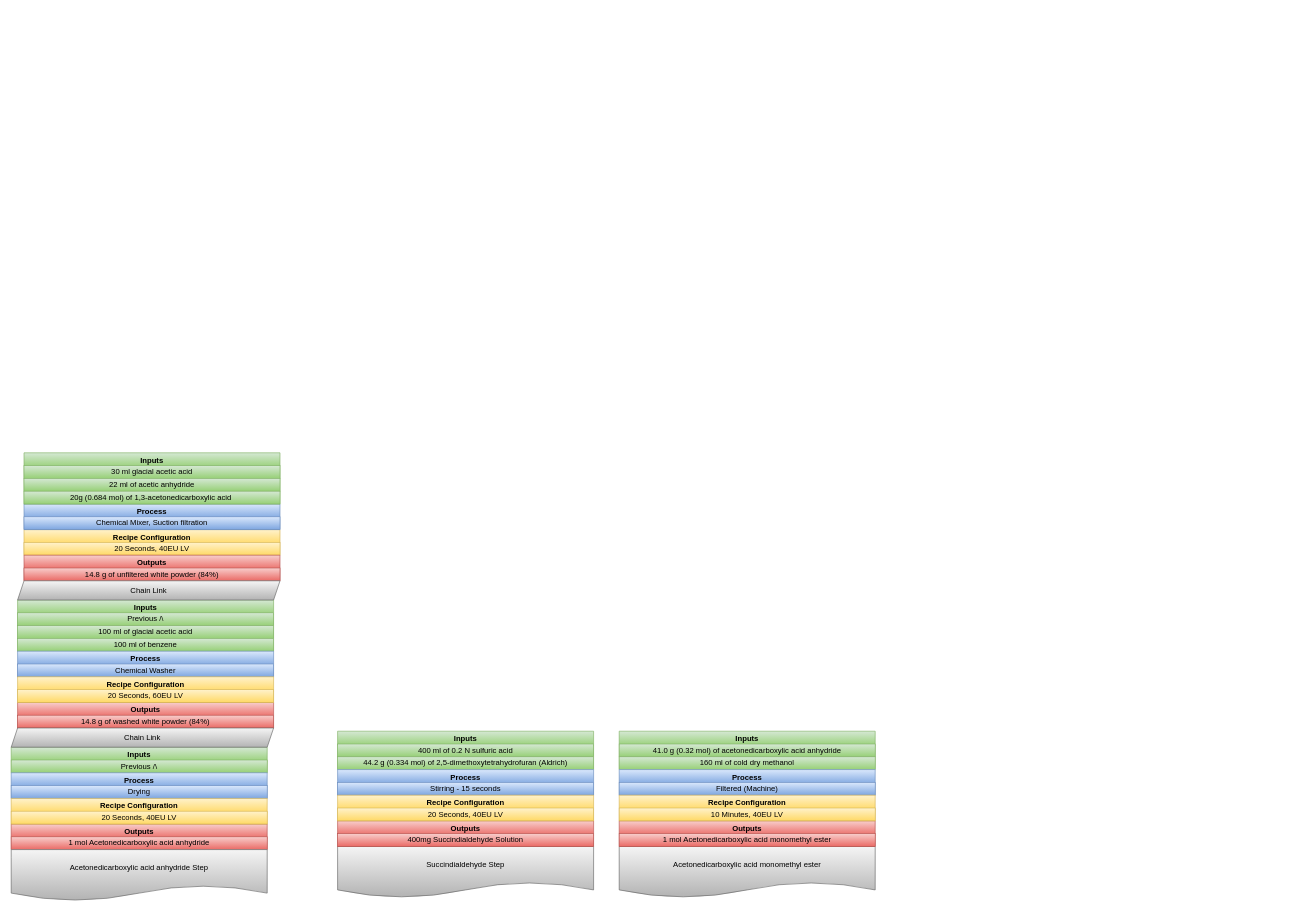
Above: Cocaine.drawio in Nrmot/flowcharts (draw.io), before the change. Source tidied: cells renumbered, new cells numbered last; positions are measured from the earlier drawing's top-left corner, leaving out a move shared by most shapes. Both pictures are drawn from the tidied source at 64%, with x=0, y=0 at pixel (11, 452).
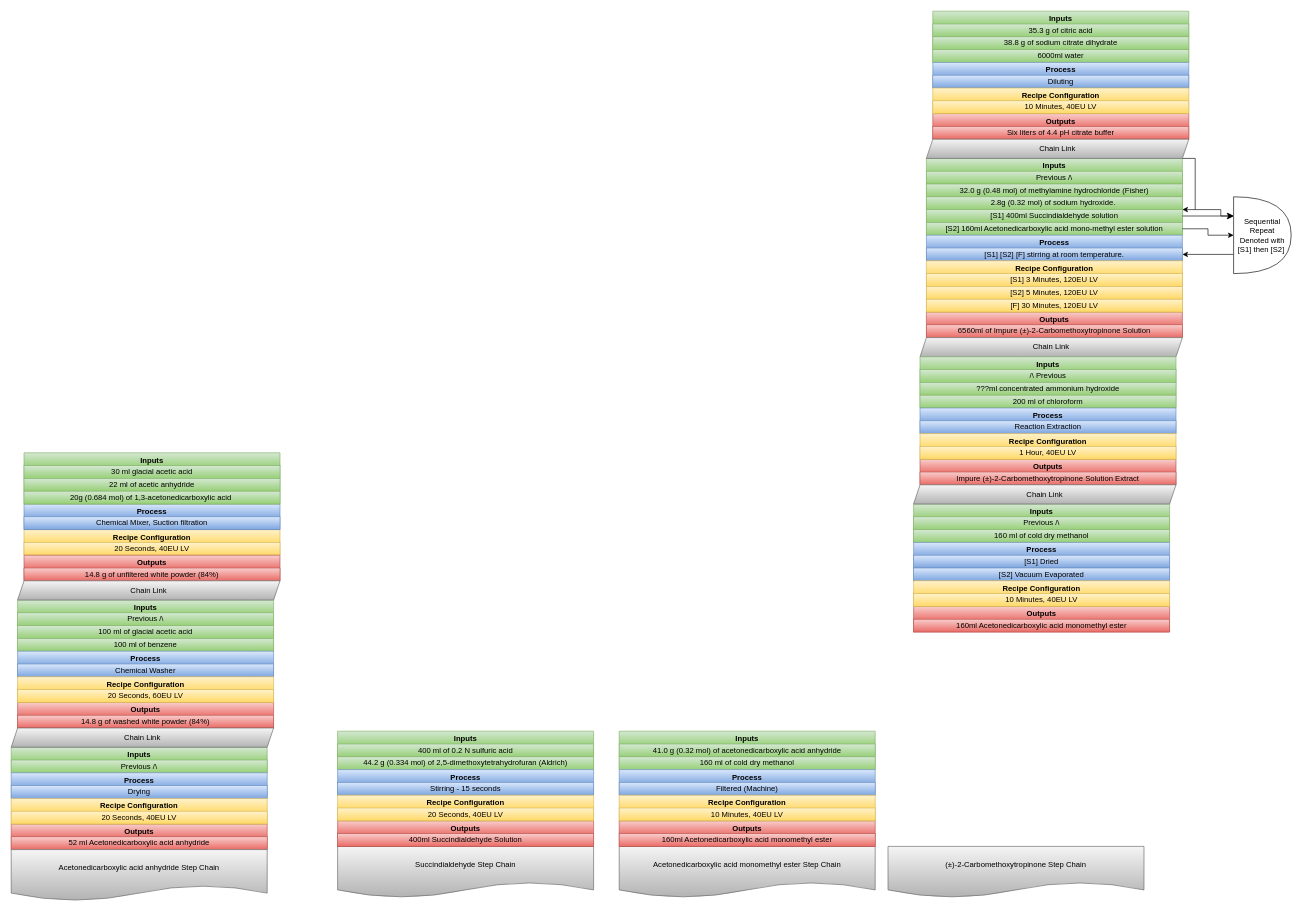
Above is the later version.

The change refers to these unchanged cells:
```xml
<mxCell id="2" value="Outputs" style="swimlane;whiteSpace=wrap;html=1;fillColor=#f8cecc;strokeColor=#b85450;gradientColor=#ea6b66;" parent="1" vertex="1">
  <mxGeometry y="580" width="400" height="40" as="geometry" />
</mxCell>
<mxCell id="22" value="Outputs" style="swimlane;whiteSpace=wrap;html=1;fillColor=#f8cecc;strokeColor=#b85450;gradientColor=#ea6b66;" parent="1" vertex="1">
  <mxGeometry x="510" y="575" width="400" height="40" as="geometry" />
</mxCell>
<mxCell id="52" value="Outputs" style="swimlane;whiteSpace=wrap;html=1;fillColor=#f8cecc;strokeColor=#b85450;gradientColor=#ea6b66;" parent="1" vertex="1">
  <mxGeometry x="950" y="575" width="400" height="40" as="geometry" />
</mxCell>
```

Diff of the diagram source:
```diff
@@
-    <mxCell id="4" value="1 mol Acetonedicarboxylic acid anhydride" style="rounded=0;whiteSpace=wrap;html=1;fillColor=#f8cecc;strokeColor=#b85450;gradientColor=#ea6b66;" parent="2" vertex="1">
+    <mxCell id="4" value="52 ml Acetonedicarboxylic acid anhydride" style="rounded=0;whiteSpace=wrap;html=1;fillColor=#f8cecc;strokeColor=#b85450;gradientColor=#ea6b66;" parent="2" vertex="1">
       <mxGeometry y="20" width="400" height="20" as="geometry" />
     </mxCell>
-    <mxCell id="5" value="Acetonedicarboxylic acid anhydride Step" style="shape=document;whiteSpace=wrap;html=1;boundedLbl=1;fillColor=#f5f5f5;gradientColor=#b3b3b3;strokeColor=#666666;" parent="1" vertex="1">
+    <mxCell id="5" value="Acetonedicarboxylic acid anhydride Step Chain" style="shape=document;whiteSpace=wrap;html=1;boundedLbl=1;fillColor=#f5f5f5;gradientColor=#b3b3b3;strokeColor=#666666;" parent="1" vertex="1">
       <mxGeometry y="620" width="400" height="80" as="geometry" />
     </mxCell>
@@
-    <mxCell id="21" value="Succindialdehyde&amp;nbsp;Step" style="shape=document;whiteSpace=wrap;html=1;boundedLbl=1;fillColor=#f5f5f5;gradientColor=#b3b3b3;strokeColor=#666666;" parent="1" vertex="1">
+    <mxCell id="21" value="Succindialdehyde&amp;nbsp;Step Chain" style="shape=document;whiteSpace=wrap;html=1;boundedLbl=1;fillColor=#f5f5f5;gradientColor=#b3b3b3;strokeColor=#666666;" parent="1" vertex="1">
       <mxGeometry x="510" y="615" width="400" height="80" as="geometry" />
     </mxCell>
@@
-    <mxCell id="24" value="400mg Succindialdehyde Solution" style="rounded=0;whiteSpace=wrap;html=1;fillColor=#f8cecc;strokeColor=#b85450;gradientColor=#ea6b66;" parent="22" vertex="1">
+    <mxCell id="24" value="400ml Succindialdehyde Solution" style="rounded=0;whiteSpace=wrap;html=1;fillColor=#f8cecc;strokeColor=#b85450;gradientColor=#ea6b66;" parent="22" vertex="1">
       <mxGeometry y="20" width="400" height="20" as="geometry" />
     </mxCell>
@@
-    <mxCell id="51" value="Acetonedicarboxylic acid monomethyl ester" style="shape=document;whiteSpace=wrap;html=1;boundedLbl=1;fillColor=#f5f5f5;gradientColor=#b3b3b3;strokeColor=#666666;" parent="1" vertex="1">
+    <mxCell id="51" value="Acetonedicarboxylic acid monomethyl ester Step Chain" style="shape=document;whiteSpace=wrap;html=1;boundedLbl=1;fillColor=#f5f5f5;gradientColor=#b3b3b3;strokeColor=#666666;" parent="1" vertex="1">
       <mxGeometry x="950" y="615" width="400" height="80" as="geometry" />
     </mxCell>
@@
-    <mxCell id="54" value="1 mol Acetonedicarboxylic acid monomethyl ester" style="rounded=0;whiteSpace=wrap;html=1;fillColor=#f8cecc;strokeColor=#b85450;gradientColor=#ea6b66;" parent="52" vertex="1">
+    <mxCell id="54" value="160ml Acetonedicarboxylic acid monomethyl ester" style="rounded=0;whiteSpace=wrap;html=1;fillColor=#f8cecc;strokeColor=#b85450;gradientColor=#ea6b66;" parent="52" vertex="1">
       <mxGeometry y="20" width="400" height="20" as="geometry" />
     </mxCell>
@@
+    <mxCell id="63" value="(±)-2-Carbomethoxytropinone Step Chain" style="shape=document;whiteSpace=wrap;html=1;boundedLbl=1;fillColor=#f5f5f5;gradientColor=#b3b3b3;strokeColor=#666666;" parent="1" vertex="1">
+      <mxGeometry x="1370" y="615" width="400" height="80" as="geometry" />
+    </mxCell>
+    <mxCell id="64" value="Outputs" style="swimlane;whiteSpace=wrap;html=1;fillColor=#f8cecc;strokeColor=#b85450;gradientColor=#ea6b66;" parent="1" vertex="1">
+      <mxGeometry x="1440" y="-530" width="400" height="40" as="geometry" />
+    </mxCell>
+    <mxCell id="65" style="edgeStyle=orthogonalEdgeStyle;rounded=0;orthogonalLoop=1;jettySize=auto;html=1;exitX=0.5;exitY=1;exitDx=0;exitDy=0;fillColor=#f8cecc;strokeColor=#b85450;gradientColor=#ea6b66;" parent="64" edge="1">
+      <mxGeometry relative="1" as="geometry">
+        <mxPoint x="150" y="40" as="sourcePoint" />
+        <mxPoint x="150" y="40" as="targetPoint" />
+      </mxGeometry>
+    </mxCell>
+    <mxCell id="66" value="Six liters of 4.4 pH citrate buffer" style="rounded=0;whiteSpace=wrap;html=1;fillColor=#f8cecc;strokeColor=#b85450;gradientColor=#ea6b66;" parent="64" vertex="1">
+      <mxGeometry y="20" width="400" height="20" as="geometry" />
+    </mxCell>
+    <mxCell id="67" value="Inputs" style="swimlane;whiteSpace=wrap;html=1;fillColor=#d5e8d4;strokeColor=#82b366;gradientColor=#97d077;" parent="1" vertex="1">
+      <mxGeometry x="1440" y="-690" width="400" height="80" as="geometry" />
+    </mxCell>
+    <mxCell id="68" value="35.3 g of citric acid" style="rounded=0;whiteSpace=wrap;html=1;fillColor=#d5e8d4;strokeColor=#82b366;gradientColor=#97d077;" parent="67" vertex="1">
+      <mxGeometry y="20" width="400" height="20" as="geometry" />
+    </mxCell>
+    <mxCell id="69" style="edgeStyle=orthogonalEdgeStyle;rounded=0;orthogonalLoop=1;jettySize=auto;html=1;exitX=0.5;exitY=1;exitDx=0;exitDy=0;fillColor=#d5e8d4;strokeColor=#82b366;gradientColor=#97d077;" parent="67" edge="1" source="68" target="68">
+      <mxGeometry relative="1" as="geometry" />
+    </mxCell>
+    <mxCell id="70" value="38.8 g of sodium citrate dihydrate" style="rounded=0;whiteSpace=wrap;html=1;fillColor=#d5e8d4;strokeColor=#82b366;gradientColor=#97d077;" parent="67" vertex="1">
+      <mxGeometry y="40" width="400" height="20" as="geometry" />
+    </mxCell>
+    <mxCell id="71" value="6000ml water" style="rounded=0;whiteSpace=wrap;html=1;fillColor=#d5e8d4;strokeColor=#82b366;gradientColor=#97d077;" parent="67" vertex="1">
+      <mxGeometry y="60" width="400" height="20" as="geometry" />
+    </mxCell>
+    <mxCell id="72" value="Process" style="swimlane;whiteSpace=wrap;html=1;fillColor=#dae8fc;strokeColor=#6c8ebf;gradientColor=#7ea6e0;" parent="1" vertex="1">
+      <mxGeometry x="1440" y="-610" width="400" height="40" as="geometry" />
+    </mxCell>
+    <mxCell id="73" value="Diluting" style="rounded=0;whiteSpace=wrap;html=1;fillColor=#dae8fc;strokeColor=#6c8ebf;gradientColor=#7ea6e0;" parent="72" vertex="1">
+      <mxGeometry y="20" width="400" height="20" as="geometry" />
+    </mxCell>
+    <mxCell id="74" value="Recipe Configuration" style="swimlane;whiteSpace=wrap;html=1;fillColor=#fff2cc;strokeColor=#d6b656;gradientColor=#ffd966;" parent="1" vertex="1">
+      <mxGeometry x="1440" y="-570" width="400" height="40" as="geometry" />
+    </mxCell>
+    <mxCell id="75" value="10 Minutes, 40EU LV" style="rounded=0;whiteSpace=wrap;html=1;fillColor=#fff2cc;strokeColor=#d6b656;gradientColor=#ffd966;" parent="74" vertex="1">
+      <mxGeometry y="20" width="400" height="20" as="geometry" />
+    </mxCell>
+    <mxCell id="76" value="Outputs" style="swimlane;whiteSpace=wrap;html=1;fillColor=#f8cecc;strokeColor=#b85450;gradientColor=#ea6b66;" parent="1" vertex="1">
+      <mxGeometry x="1430" y="-220" width="400" height="40" as="geometry" />
+    </mxCell>
+    <mxCell id="77" style="edgeStyle=orthogonalEdgeStyle;rounded=0;orthogonalLoop=1;jettySize=auto;html=1;exitX=0.5;exitY=1;exitDx=0;exitDy=0;fillColor=#f8cecc;strokeColor=#b85450;gradientColor=#ea6b66;" parent="76" edge="1">
+      <mxGeometry relative="1" as="geometry">
+        <mxPoint x="150" y="40" as="sourcePoint" />
+        <mxPoint x="150" y="40" as="targetPoint" />
+      </mxGeometry>
+    </mxCell>
+    <mxCell id="78" value="6560ml of Impure (±)-2-Carbomethoxytropinone Solution" style="rounded=0;whiteSpace=wrap;html=1;fillColor=#f8cecc;strokeColor=#b85450;gradientColor=#ea6b66;" parent="76" vertex="1">
+      <mxGeometry y="20" width="400" height="20" as="geometry" />
+    </mxCell>
+    <mxCell id="79" value="Inputs" style="swimlane;whiteSpace=wrap;html=1;fillColor=#d5e8d4;strokeColor=#82b366;gradientColor=#97d077;" parent="1" vertex="1">
+      <mxGeometry x="1430" y="-460" width="400" height="120" as="geometry" />
+    </mxCell>
+    <mxCell id="80" value="Previous /\" style="rounded=0;whiteSpace=wrap;html=1;fillColor=#d5e8d4;strokeColor=#82b366;gradientColor=#97d077;" parent="79" vertex="1">
+      <mxGeometry y="20" width="400" height="20" as="geometry" />
+    </mxCell>
+    <mxCell id="81" style="edgeStyle=orthogonalEdgeStyle;rounded=0;orthogonalLoop=1;jettySize=auto;html=1;exitX=0.5;exitY=1;exitDx=0;exitDy=0;fillColor=#d5e8d4;strokeColor=#82b366;gradientColor=#97d077;" parent="79" edge="1" source="80" target="80">
+      <mxGeometry relative="1" as="geometry" />
+    </mxCell>
+    <mxCell id="82" value="32.0 g (0.48 mol) of methylamine hydrochloride (Fisher)" style="rounded=0;whiteSpace=wrap;html=1;fillColor=#d5e8d4;strokeColor=#82b366;gradientColor=#97d077;" parent="79" vertex="1">
+      <mxGeometry y="40" width="400" height="20" as="geometry" />
+    </mxCell>
+    <mxCell id="83" value="2.8g (0.32 mol) of sodium hydroxide.&amp;nbsp;" style="rounded=0;whiteSpace=wrap;html=1;fillColor=#d5e8d4;strokeColor=#82b366;gradientColor=#97d077;" parent="79" vertex="1">
+      <mxGeometry y="60" width="400" height="20" as="geometry" />
+    </mxCell>
+    <mxCell id="84" value="[S1] 400ml Succindialdehyde solution" style="rounded=0;whiteSpace=wrap;html=1;fillColor=#d5e8d4;strokeColor=#82b366;gradientColor=#97d077;" parent="79" vertex="1">
+      <mxGeometry y="80" width="400" height="20" as="geometry" />
+    </mxCell>
+    <mxCell id="85" value="[S2] 160ml Acetonedicarboxylic acid mono-methyl ester solution" style="rounded=0;whiteSpace=wrap;html=1;fillColor=#d5e8d4;strokeColor=#82b366;gradientColor=#97d077;" parent="79" vertex="1">
+      <mxGeometry y="100" width="400" height="20" as="geometry" />
+    </mxCell>
+    <mxCell id="86" style="edgeStyle=orthogonalEdgeStyle;rounded=0;jettySize=auto;html=1;exitX=1;exitY=0;exitDx=0;exitDy=0;entryX=1;entryY=1;entryDx=0;entryDy=0;" parent="79" edge="1" source="79" target="83">
+      <mxGeometry relative="1" as="geometry">
+        <Array as="points">
+          <mxPoint x="420" />
+          <mxPoint x="420" y="80" />
+        </Array>
+      </mxGeometry>
+    </mxCell>
+    <mxCell id="87" value="Process" style="swimlane;whiteSpace=wrap;html=1;fillColor=#dae8fc;strokeColor=#6c8ebf;gradientColor=#7ea6e0;" parent="1" vertex="1">
+      <mxGeometry x="1430" y="-340" width="400" height="40" as="geometry" />
+    </mxCell>
+    <mxCell id="88" value="[S1] [S2] [F] stirring at room temperature." style="rounded=0;whiteSpace=wrap;html=1;fillColor=#dae8fc;strokeColor=#6c8ebf;gradientColor=#7ea6e0;" parent="87" vertex="1">
+      <mxGeometry y="20" width="400" height="20" as="geometry" />
+    </mxCell>
+    <mxCell id="89" value="Recipe Configuration" style="swimlane;whiteSpace=wrap;html=1;fillColor=#fff2cc;strokeColor=#d6b656;gradientColor=#ffd966;" parent="1" vertex="1">
+      <mxGeometry x="1430" y="-300" width="400" height="80" as="geometry" />
+    </mxCell>
+    <mxCell id="90" value="[S1] 3 Minutes, 120EU LV" style="rounded=0;whiteSpace=wrap;html=1;fillColor=#fff2cc;strokeColor=#d6b656;gradientColor=#ffd966;" parent="89" vertex="1">
+      <mxGeometry y="20" width="400" height="20" as="geometry" />
+    </mxCell>
+    <mxCell id="91" value="[S2] 5 Minutes, 120EU LV" style="rounded=0;whiteSpace=wrap;html=1;fillColor=#fff2cc;strokeColor=#d6b656;gradientColor=#ffd966;" parent="89" vertex="1">
+      <mxGeometry y="40" width="400" height="20" as="geometry" />
+    </mxCell>
+    <mxCell id="92" value="[F] 30 Minutes, 120EU LV" style="rounded=0;whiteSpace=wrap;html=1;fillColor=#fff2cc;strokeColor=#d6b656;gradientColor=#ffd966;" parent="89" vertex="1">
+      <mxGeometry y="60" width="400" height="20" as="geometry" />
+    </mxCell>
+    <mxCell id="93" value="Chain Link" style="shape=parallelogram;perimeter=parallelogramPerimeter;whiteSpace=wrap;html=1;fixedSize=1;fillColor=#f5f5f5;gradientColor=#b3b3b3;strokeColor=#666666;size=10;" parent="1" vertex="1">
+      <mxGeometry x="1430" y="-490" width="410" height="30" as="geometry" />
+    </mxCell>
+    <mxCell id="94" style="edgeStyle=orthogonalEdgeStyle;rounded=0;jettySize=auto;html=1;exitX=0;exitY=0.75;exitDx=0;exitDy=0;exitPerimeter=0;entryX=1;entryY=0.75;entryDx=0;entryDy=0;" parent="1" edge="1" source="95" target="87">
+      <mxGeometry relative="1" as="geometry" />
+    </mxCell>
+    <mxCell id="95" value="Sequential Repeat&lt;br&gt;Denoted with&lt;br&gt;[S1] then [S2]&amp;nbsp;" style="shape=or;whiteSpace=wrap;html=1;" parent="1" vertex="1">
+      <mxGeometry x="1910" y="-400" width="90" height="120" as="geometry" />
+    </mxCell>
+    <mxCell id="96" style="edgeStyle=orthogonalEdgeStyle;rounded=0;jettySize=auto;html=1;exitX=1;exitY=0.5;exitDx=0;exitDy=0;entryX=0;entryY=0.25;entryDx=0;entryDy=0;entryPerimeter=0;" parent="1" edge="1" source="84" target="95">
+      <mxGeometry relative="1" as="geometry" />
+    </mxCell>
+    <mxCell id="97" style="edgeStyle=orthogonalEdgeStyle;rounded=0;jettySize=auto;html=1;exitX=1;exitY=0.5;exitDx=0;exitDy=0;entryX=0;entryY=0.5;entryDx=0;entryDy=0;entryPerimeter=0;" parent="1" edge="1" source="85" target="95">
+      <mxGeometry relative="1" as="geometry" />
+    </mxCell>
+    <mxCell id="98" style="edgeStyle=segmentEdgeStyle;endArrow=classic;html=1;curved=0;rounded=0;endSize=8;startSize=8;entryX=0;entryY=0.25;entryDx=0;entryDy=0;entryPerimeter=0;" parent="1" edge="1" target="95">
+      <mxGeometry relative="1" as="geometry">
+        <mxPoint x="1850" y="-380" as="sourcePoint" />
+        <Array as="points">
+          <mxPoint x="1890" y="-380" />
+          <mxPoint x="1890" y="-370" />
+        </Array>
+      </mxGeometry>
+    </mxCell>
+    <mxCell id="99" value="Chain Link" style="shape=parallelogram;perimeter=parallelogramPerimeter;whiteSpace=wrap;html=1;fixedSize=1;fillColor=#f5f5f5;gradientColor=#b3b3b3;strokeColor=#666666;size=10;" parent="1" vertex="1">
+      <mxGeometry x="1420" y="-180" width="410" height="30" as="geometry" />
+    </mxCell>
+    <mxCell id="100" value="Outputs" style="swimlane;whiteSpace=wrap;html=1;fillColor=#f8cecc;strokeColor=#b85450;gradientColor=#ea6b66;" parent="1" vertex="1">
+      <mxGeometry x="1420" y="10" width="400" height="40" as="geometry" />
+    </mxCell>
+    <mxCell id="101" style="edgeStyle=orthogonalEdgeStyle;rounded=0;orthogonalLoop=1;jettySize=auto;html=1;exitX=0.5;exitY=1;exitDx=0;exitDy=0;fillColor=#f8cecc;strokeColor=#b85450;gradientColor=#ea6b66;" parent="100" edge="1">
+      <mxGeometry relative="1" as="geometry">
+        <mxPoint x="150" y="40" as="sourcePoint" />
+        <mxPoint x="150" y="40" as="targetPoint" />
+      </mxGeometry>
+    </mxCell>
+    <mxCell id="102" value="Impure (±)-2-Carbomethoxytropinone Solution Extract" style="rounded=0;whiteSpace=wrap;html=1;fillColor=#f8cecc;strokeColor=#b85450;gradientColor=#ea6b66;" parent="100" vertex="1">
+      <mxGeometry y="20" width="400" height="20" as="geometry" />
+    </mxCell>
+    <mxCell id="103" value="Inputs" style="swimlane;whiteSpace=wrap;html=1;fillColor=#d5e8d4;strokeColor=#82b366;gradientColor=#97d077;" parent="1" vertex="1">
+      <mxGeometry x="1420" y="-150" width="400" height="80" as="geometry" />
+    </mxCell>
+    <mxCell id="104" value="/\ Previous" style="rounded=0;whiteSpace=wrap;html=1;fillColor=#d5e8d4;strokeColor=#82b366;gradientColor=#97d077;" parent="103" vertex="1">
+      <mxGeometry y="20" width="400" height="20" as="geometry" />
+    </mxCell>
+    <mxCell id="105" style="edgeStyle=orthogonalEdgeStyle;rounded=0;orthogonalLoop=1;jettySize=auto;html=1;exitX=0.5;exitY=1;exitDx=0;exitDy=0;fillColor=#d5e8d4;strokeColor=#82b366;gradientColor=#97d077;" parent="103" edge="1" source="104" target="104">
+      <mxGeometry relative="1" as="geometry" />
+    </mxCell>
+    <mxCell id="106" value="???ml concentrated ammonium hydroxide" style="rounded=0;whiteSpace=wrap;html=1;fillColor=#d5e8d4;strokeColor=#82b366;gradientColor=#97d077;" parent="103" vertex="1">
+      <mxGeometry y="40" width="400" height="20" as="geometry" />
+    </mxCell>
+    <mxCell id="107" value="200 ml of chloroform" style="rounded=0;whiteSpace=wrap;html=1;fillColor=#d5e8d4;strokeColor=#82b366;gradientColor=#97d077;" parent="103" vertex="1">
+      <mxGeometry y="60" width="400" height="20" as="geometry" />
+    </mxCell>
+    <mxCell id="108" value="Process" style="swimlane;whiteSpace=wrap;html=1;fillColor=#dae8fc;strokeColor=#6c8ebf;gradientColor=#7ea6e0;" parent="1" vertex="1">
+      <mxGeometry x="1420" y="-70" width="400" height="40" as="geometry" />
+    </mxCell>
+    <mxCell id="109" value="Reaction Extraction" style="rounded=0;whiteSpace=wrap;html=1;fillColor=#dae8fc;strokeColor=#6c8ebf;gradientColor=#7ea6e0;" parent="108" vertex="1">
+      <mxGeometry y="20" width="400" height="20" as="geometry" />
+    </mxCell>
+    <mxCell id="110" value="Recipe Configuration" style="swimlane;whiteSpace=wrap;html=1;fillColor=#fff2cc;strokeColor=#d6b656;gradientColor=#ffd966;" parent="1" vertex="1">
+      <mxGeometry x="1420" y="-30" width="400" height="40" as="geometry" />
+    </mxCell>
+    <mxCell id="111" value="1 Hour, 40EU LV" style="rounded=0;whiteSpace=wrap;html=1;fillColor=#fff2cc;strokeColor=#d6b656;gradientColor=#ffd966;" parent="110" vertex="1">
+      <mxGeometry y="20" width="400" height="20" as="geometry" />
+    </mxCell>
+    <mxCell id="112" value="Outputs" style="swimlane;whiteSpace=wrap;html=1;fillColor=#f8cecc;strokeColor=#b85450;gradientColor=#ea6b66;" parent="1" vertex="1">
+      <mxGeometry x="1410" y="240" width="400" height="40" as="geometry" />
+    </mxCell>
+    <mxCell id="113" style="edgeStyle=orthogonalEdgeStyle;rounded=0;orthogonalLoop=1;jettySize=auto;html=1;exitX=0.5;exitY=1;exitDx=0;exitDy=0;fillColor=#f8cecc;strokeColor=#b85450;gradientColor=#ea6b66;" parent="112" edge="1">
+      <mxGeometry relative="1" as="geometry">
+        <mxPoint x="150" y="40" as="sourcePoint" />
+        <mxPoint x="150" y="40" as="targetPoint" />
+      </mxGeometry>
+    </mxCell>
+    <mxCell id="114" value="160ml Acetonedicarboxylic acid monomethyl ester" style="rounded=0;whiteSpace=wrap;html=1;fillColor=#f8cecc;strokeColor=#b85450;gradientColor=#ea6b66;" parent="112" vertex="1">
+      <mxGeometry y="20" width="400" height="20" as="geometry" />
+    </mxCell>
+    <mxCell id="115" value="Inputs" style="swimlane;whiteSpace=wrap;html=1;fillColor=#d5e8d4;strokeColor=#82b366;gradientColor=#97d077;" parent="1" vertex="1">
+      <mxGeometry x="1410" y="80" width="400" height="60" as="geometry" />
+    </mxCell>
+    <mxCell id="116" value="Previous /\" style="rounded=0;whiteSpace=wrap;html=1;fillColor=#d5e8d4;strokeColor=#82b366;gradientColor=#97d077;" parent="115" vertex="1">
+      <mxGeometry y="20" width="400" height="20" as="geometry" />
+    </mxCell>
+    <mxCell id="117" style="edgeStyle=orthogonalEdgeStyle;rounded=0;orthogonalLoop=1;jettySize=auto;html=1;exitX=0.5;exitY=1;exitDx=0;exitDy=0;fillColor=#d5e8d4;strokeColor=#82b366;gradientColor=#97d077;" parent="115" edge="1" source="116" target="116">
+      <mxGeometry relative="1" as="geometry" />
+    </mxCell>
+    <mxCell id="118" value="160 ml of cold dry methanol" style="rounded=0;whiteSpace=wrap;html=1;fillColor=#d5e8d4;strokeColor=#82b366;gradientColor=#97d077;" parent="115" vertex="1">
+      <mxGeometry y="40" width="400" height="20" as="geometry" />
+    </mxCell>
+    <mxCell id="119" value="Process" style="swimlane;whiteSpace=wrap;html=1;fillColor=#dae8fc;strokeColor=#6c8ebf;gradientColor=#7ea6e0;" parent="1" vertex="1">
+      <mxGeometry x="1410" y="140" width="400" height="60" as="geometry" />
+    </mxCell>
+    <mxCell id="120" value="[S1] Dried" style="rounded=0;whiteSpace=wrap;html=1;fillColor=#dae8fc;strokeColor=#6c8ebf;gradientColor=#7ea6e0;" parent="119" vertex="1">
+      <mxGeometry y="20" width="400" height="20" as="geometry" />
+    </mxCell>
+    <mxCell id="121" value="[S2] Vacuum Evaporated" style="rounded=0;whiteSpace=wrap;html=1;fillColor=#dae8fc;strokeColor=#6c8ebf;gradientColor=#7ea6e0;" parent="119" vertex="1">
+      <mxGeometry y="40" width="400" height="20" as="geometry" />
+    </mxCell>
+    <mxCell id="122" value="Recipe Configuration" style="swimlane;whiteSpace=wrap;html=1;fillColor=#fff2cc;strokeColor=#d6b656;gradientColor=#ffd966;" parent="1" vertex="1">
+      <mxGeometry x="1410" y="200" width="400" height="40" as="geometry" />
+    </mxCell>
+    <mxCell id="123" value="10 Minutes, 40EU LV" style="rounded=0;whiteSpace=wrap;html=1;fillColor=#fff2cc;strokeColor=#d6b656;gradientColor=#ffd966;" parent="122" vertex="1">
+      <mxGeometry y="20" width="400" height="20" as="geometry" />
+    </mxCell>
+    <mxCell id="124" value="Chain Link" style="shape=parallelogram;perimeter=parallelogramPerimeter;whiteSpace=wrap;html=1;fixedSize=1;fillColor=#f5f5f5;gradientColor=#b3b3b3;strokeColor=#666666;size=10;" parent="1" vertex="1">
+      <mxGeometry x="1410" y="50" width="410" height="30" as="geometry" />
+    </mxCell>
```
